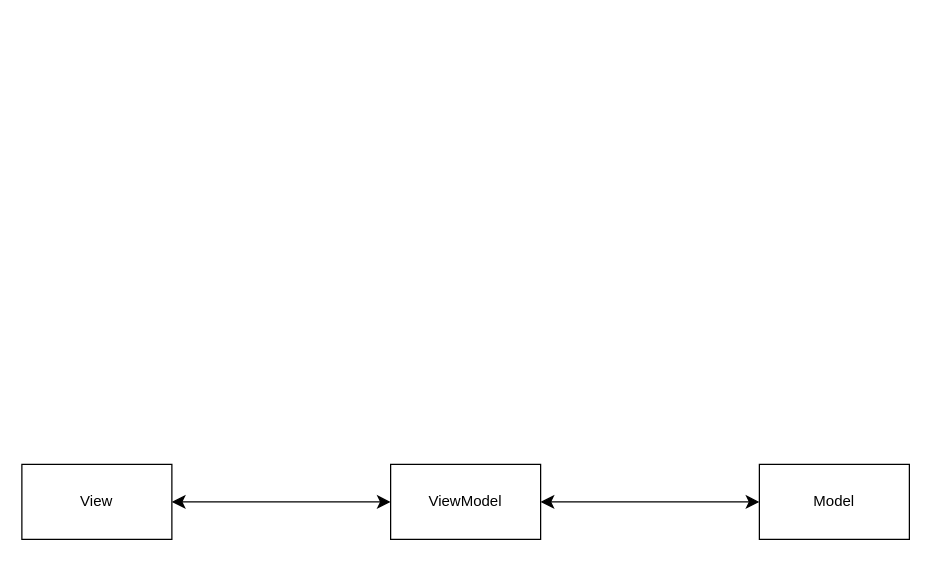
Above: MVVM_template.drawio in Oxford-Hypernautics/.github (draw.io), before the change. Source tidied: cells renumbered, new cells numbered last; positions are measured from the earlier drawing's top-left corner, leaving out a move shared by most shapes. Both pictures are drawn from the tidied source at 125%, with x=0, y=0 at pixel (21, 464).
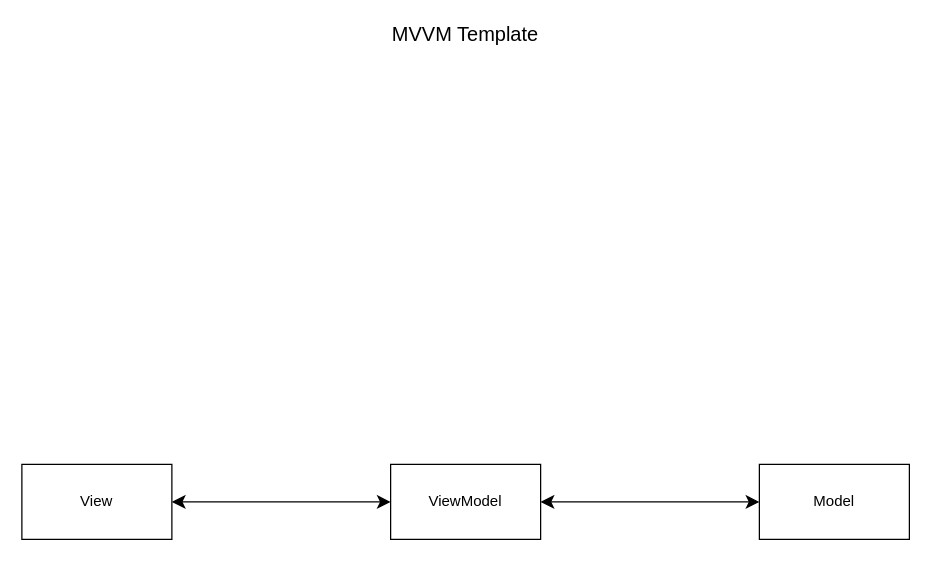
The same diagram, later.

Change to the diagram source:
```diff
@@
 <mxGraphModel>
   <root>
     <mxCell id="0" />
     <mxCell id="1" parent="0" />
     <mxCell id="2" value="ViewModel" style="whiteSpace=wrap;html=1;" parent="1" vertex="1">
       <mxGeometry x="295" width="120" height="60" as="geometry" />
     </mxCell>
     <mxCell id="3" value="View" style="whiteSpace=wrap;html=1;" parent="1" vertex="1">
       <mxGeometry width="120" height="60" as="geometry" />
     </mxCell>
     <mxCell id="4" value="Model" style="rounded=0;whiteSpace=wrap;html=1;" parent="1" vertex="1">
       <mxGeometry x="590" width="120" height="60" as="geometry" />
     </mxCell>
     <mxCell id="5" style="endArrow=classic;startArrow=classic;html=1;rounded=0;fontSize=12;startSize=8;endSize=8;curved=1;" parent="1" edge="1" source="2" target="4">
       <mxGeometry relative="1" as="geometry" />
     </mxCell>
     <mxCell id="6" style="endArrow=classic;startArrow=classic;html=1;rounded=0;fontSize=12;startSize=8;endSize=8;curved=1;" parent="1" edge="1" source="3" target="2">
       <mxGeometry relative="1" as="geometry" />
     </mxCell>
+    <mxCell id="7" value="MVVM Template" style="text;html=1;align=center;verticalAlign=middle;whiteSpace=wrap;rounded=0;fontSize=16;fontStyle=0;" parent="1" vertex="1">
+      <mxGeometry x="295" y="-354" width="120" height="20" as="geometry" />
+    </mxCell>
   </root>
 </mxGraphModel>
```
